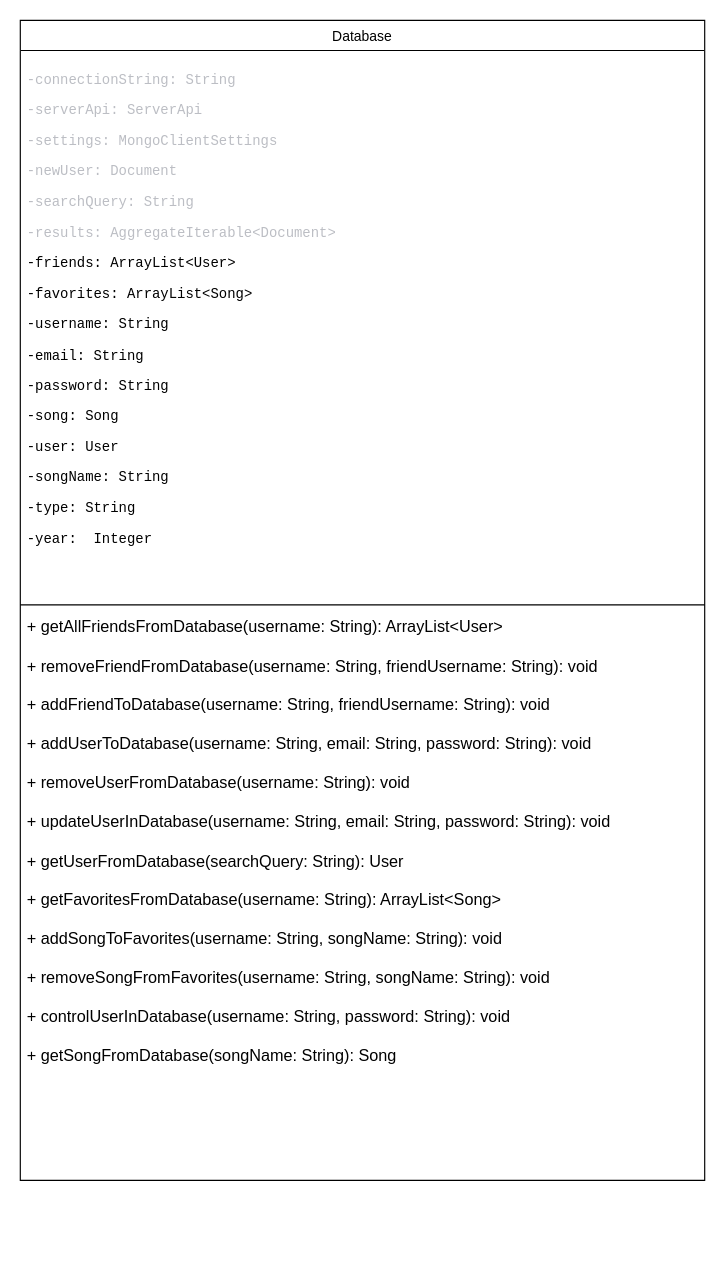
This is diagram.drawio from KaptanKaan/CS102-Git-Tutorial, a draw.io file, before an edit. Source tidied: cells renumbered, new cells numbered last; positions are measured from the earlier drawing's top-left corner, leaving out a move shared by most shapes. Both pictures are drawn from the tidied source at 116%, with x=0, y=0 at pixel (20, 20).
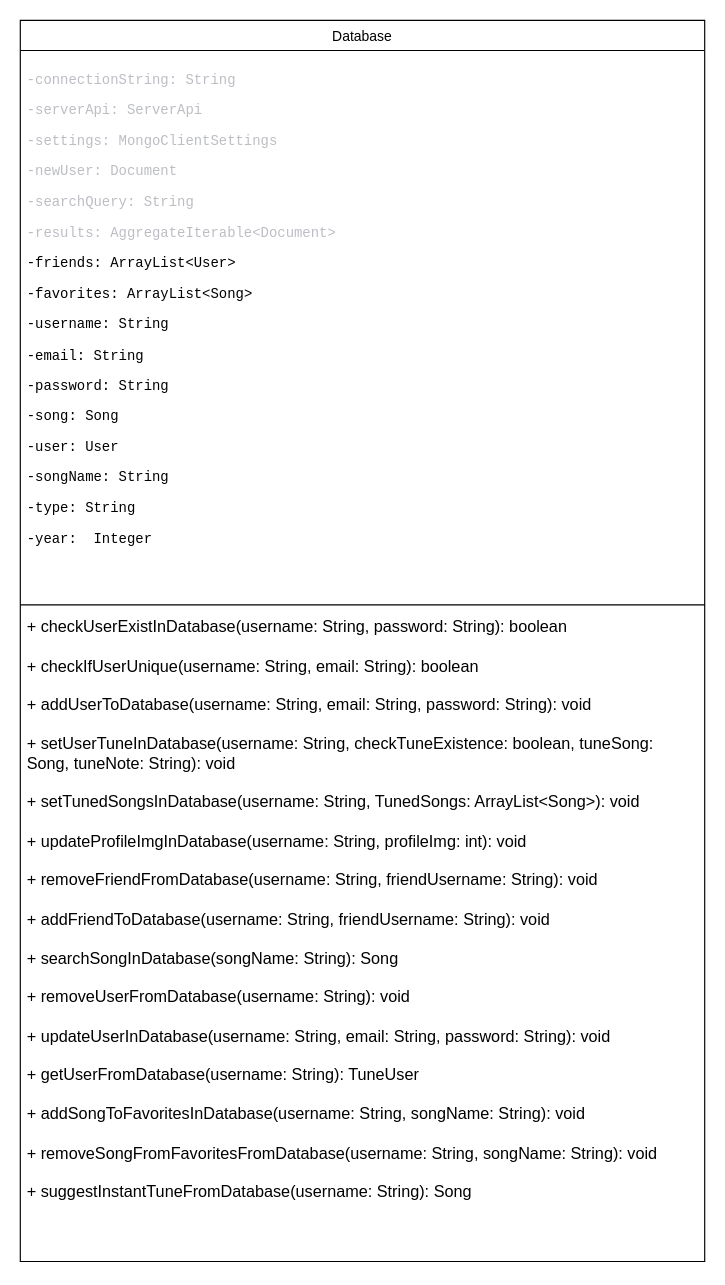
Above is the later version.

What changed in the source:
```diff
@@
 <mxGraphModel>
   <root>
     <mxCell id="0" />
     <mxCell id="1" parent="0" />
     <mxCell id="2" value="&lt;span style=&quot;font-weight: 400;&quot;&gt;Database&lt;/span&gt;" style="swimlane;fontStyle=1;align=center;verticalAlign=top;horizontal=1;startSize=26;whiteSpace=wrap;html=1;" parent="1" vertex="1">
-      <mxGeometry width="590" height="1000" as="geometry" />
+      <mxGeometry width="590" height="1070" as="geometry" />
     </mxCell>
     <mxCell id="3" value="&lt;pre style=&quot;font-family: &amp;quot;JetBrains Mono&amp;quot;, monospace;&quot;&gt;&lt;font style=&quot;color: light-dark(rgb(188, 190, 196), rgb(255, 255, 255));&quot;&gt;-connectionString: String&lt;/font&gt;&lt;/pre&gt;&lt;pre style=&quot;font-family: &amp;quot;JetBrains Mono&amp;quot;, monospace;&quot;&gt;&lt;font style=&quot;color: light-dark(rgb(188, 190, 196), rgb(255, 255, 255));&quot;&gt;-serverApi: ServerApi&lt;/font&gt;&lt;/pre&gt;&lt;pre style=&quot;font-family: &amp;quot;JetBrains Mono&amp;quot;, monospace;&quot;&gt;&lt;pre style=&quot;font-family: &amp;quot;JetBrains Mono&amp;quot;, monospace;&quot;&gt;&lt;font style=&quot;color: light-dark(rgb(188, 190, 196), rgb(255, 255, 255));&quot;&gt;-settings: MongoClientSettings&lt;/font&gt;&lt;/pre&gt;&lt;pre style=&quot;font-family: &amp;quot;JetBrains Mono&amp;quot;, monospace;&quot;&gt;&lt;pre style=&quot;color: light-dark(rgb(188, 190, 196), rgb(73, 74, 79)); font-family: &amp;quot;JetBrains Mono&amp;quot;, monospace;&quot;&gt;&lt;font style=&quot;color: light-dark(rgb(188, 190, 196), rgb(255, 255, 255));&quot;&gt;-newUser: Document&lt;/font&gt;&lt;/pre&gt;&lt;pre style=&quot;font-family: &amp;quot;JetBrains Mono&amp;quot;, monospace;&quot;&gt;&lt;pre style=&quot;color: light-dark(rgb(188, 190, 196), rgb(73, 74, 79)); font-family: &amp;quot;JetBrains Mono&amp;quot;, monospace;&quot;&gt;&lt;font style=&quot;color: light-dark(rgb(188, 190, 196), rgb(255, 255, 255));&quot;&gt;-searchQuery: String&lt;/font&gt;&lt;/pre&gt;&lt;pre style=&quot;font-family: &amp;quot;JetBrains Mono&amp;quot;, monospace;&quot;&gt;&lt;pre style=&quot;font-family: &amp;quot;JetBrains Mono&amp;quot;, monospace;&quot;&gt;&lt;font style=&quot;color: light-dark(rgb(188, 190, 196), rgb(255, 255, 255));&quot;&gt;-results: AggregateIterable&amp;lt;Document&amp;gt;&lt;/font&gt;&lt;/pre&gt;&lt;pre style=&quot;font-family: &amp;quot;JetBrains Mono&amp;quot;, monospace;&quot;&gt;&lt;font style=&quot;color: light-dark(rgb(0, 0, 0), rgb(255, 255, 255));&quot;&gt;&lt;pre style=&quot;font-family: &amp;quot;JetBrains Mono&amp;quot;, monospace;&quot;&gt;&lt;font&gt;-friends: ArrayList&amp;lt;User&amp;gt;&lt;/font&gt;&lt;/pre&gt;&lt;pre style=&quot;font-family: &amp;quot;JetBrains Mono&amp;quot;, monospace;&quot;&gt;&lt;span style=&quot;white-space: normal;&quot;&gt;&lt;font style=&quot;&quot;&gt;-favorites:&lt;/font&gt;&lt;/span&gt;&lt;span style=&quot;white-space: normal;&quot;&gt;&amp;nbsp;&lt;/span&gt;&lt;font&gt;ArrayList&amp;lt;Song&amp;gt; &lt;/font&gt;&lt;/pre&gt;&lt;pre style=&quot;font-family: &amp;quot;JetBrains Mono&amp;quot;, monospace;&quot;&gt;&lt;font&gt;-username: String&lt;/font&gt;&lt;/pre&gt;&lt;pre style=&quot;font-family: &amp;quot;JetBrains Mono&amp;quot;, monospace;&quot;&gt;&lt;font&gt;-email: &lt;/font&gt;String&lt;/pre&gt;&lt;pre style=&quot;font-family: &amp;quot;JetBrains Mono&amp;quot;, monospace;&quot;&gt;-password: String&lt;/pre&gt;&lt;pre style=&quot;font-family: &amp;quot;JetBrains Mono&amp;quot;, monospace;&quot;&gt;-song: Song&lt;/pre&gt;&lt;pre style=&quot;font-family: &amp;quot;JetBrains Mono&amp;quot;, monospace;&quot;&gt;-user: User&lt;/pre&gt;&lt;pre style=&quot;font-family: &amp;quot;JetBrains Mono&amp;quot;, monospace;&quot;&gt;-songName: String&lt;/pre&gt;&lt;pre style=&quot;font-family: &amp;quot;JetBrains Mono&amp;quot;, monospace;&quot;&gt;-type: String&lt;/pre&gt;&lt;pre style=&quot;font-family: &amp;quot;JetBrains Mono&amp;quot;, monospace;&quot;&gt;-year:  Integer&lt;/pre&gt;&lt;/font&gt;&lt;/pre&gt;&lt;/pre&gt;&lt;/pre&gt;&lt;/pre&gt;&lt;/pre&gt;" style="text;strokeColor=none;fillColor=none;align=left;verticalAlign=top;spacingLeft=4;spacingRight=4;overflow=hidden;whiteSpace=wrap;html=1;" parent="2" vertex="1">
       <mxGeometry y="26" width="590" height="474" as="geometry" />
     </mxCell>
     <mxCell id="4" style="line;strokeWidth=1;fillColor=none;align=left;verticalAlign=middle;spacingTop=-1;spacingLeft=3;spacingRight=3;labelPosition=right;strokeColor=inherit;" parent="2" vertex="1">
       <mxGeometry y="500" width="590" height="8" as="geometry" />
     </mxCell>
-    <mxCell id="5" value="&lt;div&gt;&lt;div&gt;&lt;font style=&quot;font-size: 14px;&quot;&gt;+ getAllFriendsFromDatabase(username: String): ArrayList&amp;lt;User&amp;gt;&lt;/font&gt;&lt;/div&gt;&lt;div&gt;&lt;font style=&quot;font-size: 14px;&quot;&gt;&lt;br&gt;&lt;/font&gt;&lt;/div&gt;&lt;div&gt;&lt;font style=&quot;font-size: 14px;&quot;&gt;+ removeFriendFromDatabase(username: String, friendUsername: String): void&lt;/font&gt;&lt;/div&gt;&lt;div&gt;&lt;font style=&quot;font-size: 14px;&quot;&gt;&lt;br&gt;&lt;/font&gt;&lt;/div&gt;&lt;div&gt;&lt;font style=&quot;font-size: 14px;&quot;&gt;+ addFriendToDatabase(username: String, friendUsername: String): void&lt;/font&gt;&lt;/div&gt;&lt;div&gt;&lt;font style=&quot;font-size: 14px;&quot;&gt;&lt;br&gt;&lt;/font&gt;&lt;/div&gt;&lt;div&gt;&lt;font style=&quot;font-size: 14px;&quot;&gt;+ addUserToDatabase(username: String, email: String, password: String): void&lt;/font&gt;&lt;/div&gt;&lt;div&gt;&lt;font style=&quot;font-size: 14px;&quot;&gt;&lt;br&gt;&lt;/font&gt;&lt;/div&gt;&lt;div&gt;&lt;font style=&quot;font-size: 14px;&quot;&gt;+ removeUserFromDatabase(username: String): void&lt;/font&gt;&lt;/div&gt;&lt;div&gt;&lt;font style=&quot;font-size: 14px;&quot;&gt;&lt;br&gt;&lt;/font&gt;&lt;/div&gt;&lt;div&gt;&lt;font style=&quot;font-size: 14px;&quot;&gt;+ updateUserInDatabase(username: String, email: String, password: String): void&lt;/font&gt;&lt;/div&gt;&lt;div&gt;&lt;font style=&quot;font-size: 14px;&quot;&gt;&lt;br&gt;&lt;/font&gt;&lt;/div&gt;&lt;div&gt;&lt;font style=&quot;font-size: 14px;&quot;&gt;+ getUserFromDatabase(searchQuery: String): User&lt;/font&gt;&lt;/div&gt;&lt;div&gt;&lt;font style=&quot;font-size: 14px;&quot;&gt;&lt;br&gt;&lt;/font&gt;&lt;/div&gt;&lt;div&gt;&lt;font style=&quot;font-size: 14px;&quot;&gt;+ getFavoritesFromDatabase(username: String): ArrayList&amp;lt;Song&amp;gt;&lt;/font&gt;&lt;/div&gt;&lt;div&gt;&lt;font style=&quot;font-size: 14px;&quot;&gt;&lt;br&gt;&lt;/font&gt;&lt;/div&gt;&lt;div&gt;&lt;font style=&quot;font-size: 14px;&quot;&gt;+ addSongToFavorites(username: String, songName: String): void&lt;/font&gt;&lt;/div&gt;&lt;div&gt;&lt;font style=&quot;font-size: 14px;&quot;&gt;&lt;br&gt;&lt;/font&gt;&lt;/div&gt;&lt;div&gt;&lt;font style=&quot;font-size: 14px;&quot;&gt;+ removeSongFromFavorites(username: String, songName: String): void&lt;/font&gt;&lt;/div&gt;&lt;div&gt;&lt;font style=&quot;font-size: 14px;&quot;&gt;&lt;br&gt;&lt;/font&gt;&lt;/div&gt;&lt;div&gt;&lt;font style=&quot;font-size: 14px;&quot;&gt;+ controlUserInDatabase(username: String, password: String): void&lt;/font&gt;&lt;/div&gt;&lt;div&gt;&lt;font style=&quot;font-size: 14px;&quot;&gt;&lt;br&gt;&lt;/font&gt;&lt;/div&gt;&lt;div&gt;&lt;font style=&quot;font-size: 14px;&quot;&gt;+ getSongFromDatabase(songName: String): Song&lt;/font&gt;&lt;/div&gt;&lt;/div&gt;&lt;div&gt;&lt;br&gt;&lt;/div&gt;&lt;div&gt;&lt;br&gt;&lt;/div&gt;" style="text;strokeColor=none;fillColor=none;align=left;verticalAlign=top;spacingLeft=4;spacingRight=4;overflow=hidden;whiteSpace=wrap;html=1;" parent="2" vertex="1">
-      <mxGeometry y="508" width="590" height="492" as="geometry" />
+    <mxCell id="5" value="&lt;div&gt;&lt;div&gt;&lt;div&gt;&lt;div&gt;&lt;span style=&quot;font-size: 14px;&quot;&gt;+ checkUserExistInDatabase(username: String, password: String): boolean&lt;/span&gt;&lt;/div&gt;&lt;div&gt;&lt;span style=&quot;font-size: 14px;&quot;&gt;&lt;br&gt;&lt;/span&gt;&lt;/div&gt;&lt;div&gt;&lt;span style=&quot;font-size: 14px;&quot;&gt;+ checkIfUserUnique(username: String, email: String): boolean&lt;/span&gt;&lt;/div&gt;&lt;div&gt;&lt;span style=&quot;font-size: 14px;&quot;&gt;&lt;br&gt;&lt;/span&gt;&lt;/div&gt;&lt;div&gt;&lt;span style=&quot;font-size: 14px;&quot;&gt;+ addUserToDatabase(username: String, email: String, password: String): void&lt;/span&gt;&lt;/div&gt;&lt;div&gt;&lt;span style=&quot;font-size: 14px;&quot;&gt;&lt;br&gt;&lt;/span&gt;&lt;/div&gt;&lt;div&gt;&lt;span style=&quot;font-size: 14px;&quot;&gt;+ setUserTuneInDatabase(username: String, checkTuneExistence: boolean, tuneSong: Song, tuneNote: String): void&lt;/span&gt;&lt;/div&gt;&lt;div&gt;&lt;span style=&quot;font-size: 14px;&quot;&gt;&lt;br&gt;&lt;/span&gt;&lt;/div&gt;&lt;div&gt;&lt;span style=&quot;font-size: 14px;&quot;&gt;+ setTunedSongsInDatabase(username: String, TunedSongs: ArrayList&amp;lt;Song&amp;gt;): void&lt;/span&gt;&lt;/div&gt;&lt;div&gt;&lt;span style=&quot;font-size: 14px;&quot;&gt;&lt;br&gt;&lt;/span&gt;&lt;/div&gt;&lt;div&gt;&lt;span style=&quot;font-size: 14px;&quot;&gt;+ updateProfileImgInDatabase(username: String, profileImg: int): void&lt;/span&gt;&lt;/div&gt;&lt;div&gt;&lt;span style=&quot;font-size: 14px;&quot;&gt;&lt;br&gt;&lt;/span&gt;&lt;/div&gt;&lt;div&gt;&lt;span style=&quot;font-size: 14px;&quot;&gt;+ removeFriendFromDatabase(username: String, friendUsername: String): void&lt;/span&gt;&lt;/div&gt;&lt;div&gt;&lt;span style=&quot;font-size: 14px;&quot;&gt;&lt;br&gt;&lt;/span&gt;&lt;/div&gt;&lt;div&gt;&lt;span style=&quot;font-size: 14px;&quot;&gt;+ addFriendToDatabase(username: String, friendUsername: String): void&lt;/span&gt;&lt;/div&gt;&lt;div&gt;&lt;span style=&quot;font-size: 14px;&quot;&gt;&lt;br&gt;&lt;/span&gt;&lt;/div&gt;&lt;div&gt;&lt;span style=&quot;font-size: 14px;&quot;&gt;+ searchSongInDatabase(songName: String): Song&lt;/span&gt;&lt;/div&gt;&lt;div&gt;&lt;span style=&quot;font-size: 14px;&quot;&gt;&lt;br&gt;&lt;/span&gt;&lt;/div&gt;&lt;div&gt;&lt;span style=&quot;font-size: 14px;&quot;&gt;+ removeUserFromDatabase(username: String): void&lt;/span&gt;&lt;/div&gt;&lt;div&gt;&lt;span style=&quot;font-size: 14px;&quot;&gt;&lt;br&gt;&lt;/span&gt;&lt;/div&gt;&lt;div&gt;&lt;span style=&quot;font-size: 14px;&quot;&gt;+ updateUserInDatabase(username: String, email: String, password: String): void&lt;/span&gt;&lt;/div&gt;&lt;div&gt;&lt;span style=&quot;font-size: 14px;&quot;&gt;&lt;br&gt;&lt;/span&gt;&lt;/div&gt;&lt;div&gt;&lt;span style=&quot;font-size: 14px;&quot;&gt;+ getUserFromDatabase(username: String): TuneUser&lt;/span&gt;&lt;/div&gt;&lt;div&gt;&lt;span style=&quot;font-size: 14px;&quot;&gt;&lt;br&gt;&lt;/span&gt;&lt;/div&gt;&lt;div&gt;&lt;span style=&quot;font-size: 14px;&quot;&gt;+ addSongToFavoritesInDatabase(username: String, songName: String): void&lt;/span&gt;&lt;/div&gt;&lt;div&gt;&lt;span style=&quot;font-size: 14px;&quot;&gt;&lt;br&gt;&lt;/span&gt;&lt;/div&gt;&lt;div&gt;&lt;span style=&quot;font-size: 14px;&quot;&gt;+ removeSongFromFavoritesFromDatabase(username: String, songName: String): void&lt;/span&gt;&lt;/div&gt;&lt;div&gt;&lt;span style=&quot;font-size: 14px;&quot;&gt;&lt;br&gt;&lt;/span&gt;&lt;/div&gt;&lt;div&gt;&lt;span style=&quot;font-size: 14px;&quot;&gt;+ suggestInstantTuneFromDatabase(username: String): Song&lt;/span&gt;&lt;/div&gt;&lt;/div&gt;&lt;/div&gt;&lt;/div&gt;&lt;div&gt;&lt;br&gt;&lt;/div&gt;" style="text;strokeColor=none;fillColor=none;align=left;verticalAlign=top;spacingLeft=4;spacingRight=4;overflow=hidden;whiteSpace=wrap;html=1;" parent="2" vertex="1">
+      <mxGeometry y="508" width="590" height="562" as="geometry" />
     </mxCell>
   </root>
 </mxGraphModel>
```
